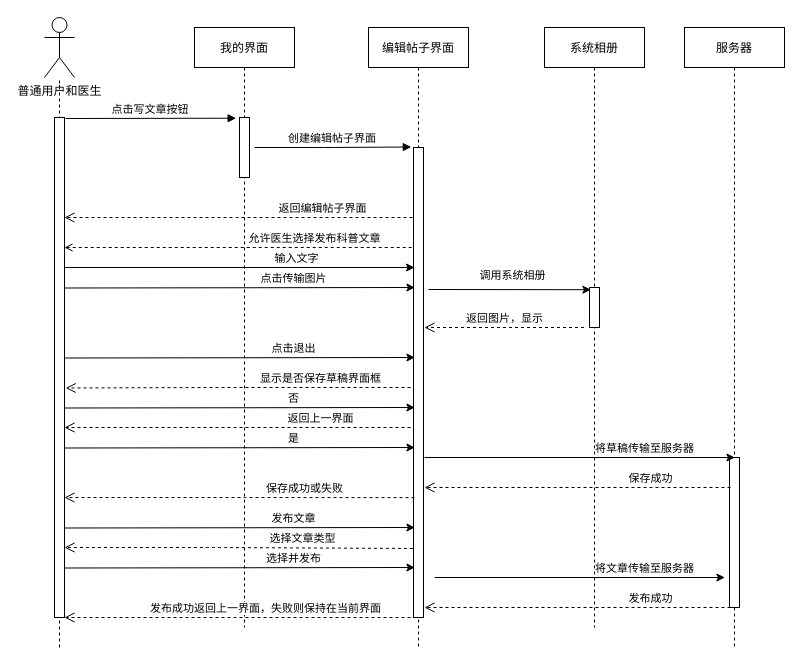
Earlier version of the draw.io diagram 编辑文章时序图.drawio (Darius-H/Diagram-Folder). Source tidied: cells renumbered, new cells numbered last; positions are measured from the earlier drawing's top-left corner, leaving out a move shared by most shapes. Both pictures are drawn from the tidied source at 100%, with x=0, y=0 at pixel (44, 17).
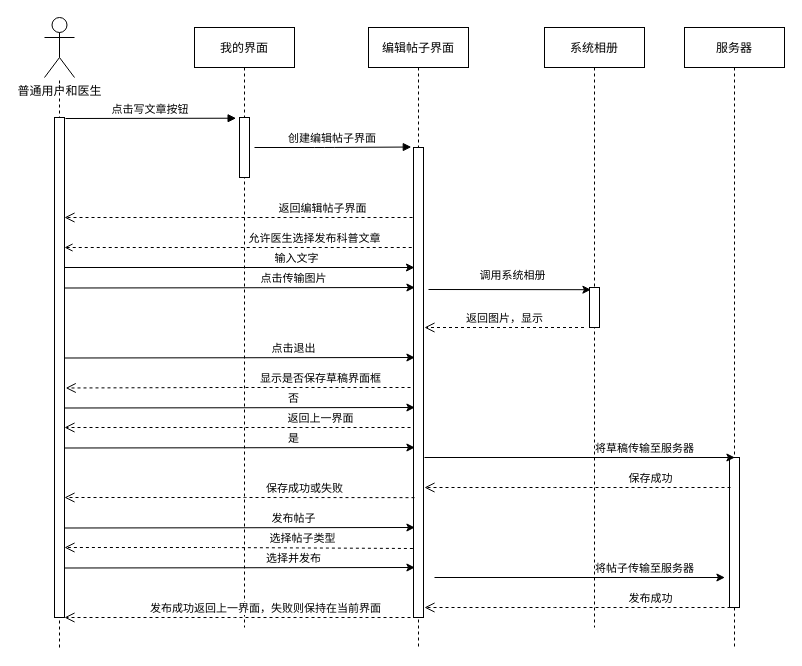
After the change.

Commit message:
Update 编辑文章时序图.drawio

Unchanged cells that the change refers to:
```xml
<mxCell id="35" style="endArrow=classic;html=1;exitX=0.96;exitY=0.502;exitDx=0;exitDy=0;exitPerimeter=0;" parent="1" edge="1">
  <mxGeometry relative="1" as="geometry">
    <mxPoint x="20" y="510.5" as="sourcePoint" />
    <mxPoint x="370.4" y="510" as="targetPoint" />
  </mxGeometry>
</mxCell>
<mxCell id="40" style="endArrow=classic;html=1;" parent="1" edge="1">
  <mxGeometry relative="1" as="geometry">
    <mxPoint x="390" y="560" as="sourcePoint" />
    <mxPoint x="680.4" y="560" as="targetPoint" />
  </mxGeometry>
</mxCell>
```

Change to the diagram source:
```diff
@@
-    <mxCell id="36" value="发布文章" style="edgeLabel;html=1;align=center;verticalAlign=middle;" parent="35" vertex="1">
+    <mxCell id="36" value="发布帖子" style="edgeLabel;html=1;align=center;verticalAlign=middle;" parent="35" vertex="1">
       <mxGeometry x="0.11" y="4" relative="1" as="geometry">
         <mxPoint x="35" y="-6" as="offset" />
       </mxGeometry>
     </mxCell>
-    <mxCell id="37" value="选择文章类型" style="html=1;verticalAlign=bottom;endArrow=open;dashed=1;endSize=8;fontFamily=Helvetica;exitX=-0.06;exitY=0.856;exitDx=0;exitDy=0;exitPerimeter=0;" parent="1" edge="1">
+    <mxCell id="37" value="选择帖子类型" style="html=1;verticalAlign=bottom;endArrow=open;dashed=1;endSize=8;fontFamily=Helvetica;exitX=-0.06;exitY=0.856;exitDx=0;exitDy=0;exitPerimeter=0;" parent="1" edge="1">
       <mxGeometry x="-0.37" relative="1" as="geometry">
         <mxPoint x="368.4" y="531" as="sourcePoint" />
         <mxPoint x="20" y="530" as="targetPoint" />
         <Array as="points">
           <mxPoint x="170" y="530" />
         </Array>
       </mxGeometry>
     </mxCell>
@@
-    <mxCell id="41" value="将文章传输至服务器" style="edgeLabel;html=1;align=center;verticalAlign=middle;" parent="40" vertex="1">
+    <mxCell id="41" value="将帖子传输至服务器" style="edgeLabel;html=1;align=center;verticalAlign=middle;" parent="40" vertex="1">
       <mxGeometry x="0.11" y="4" relative="1" as="geometry">
         <mxPoint x="48" y="-6" as="offset" />
       </mxGeometry>
     </mxCell>
```
